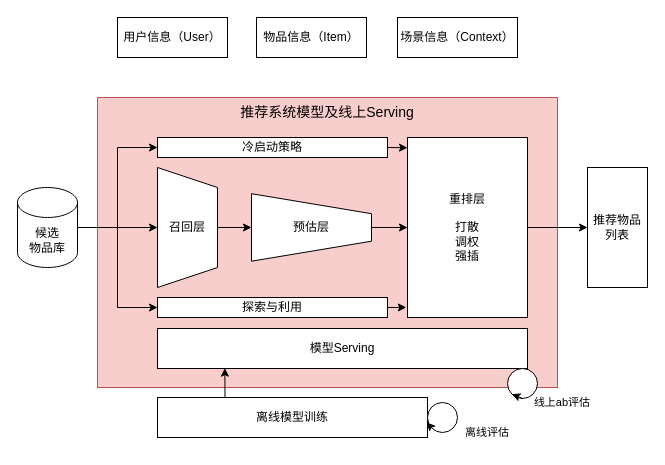
Earlier version of the draw.io diagram page "第 2 页" (2 of 4) of 推荐系统整体架构.drawio (yantao006/draw_io). Source tidied: cells renumbered, new cells numbered last; positions are measured from the earlier drawing's top-left corner, leaving out a move shared by most shapes. Both pictures are drawn from the tidied source at 100%, with x=0, y=0 at pixel (17, 17).
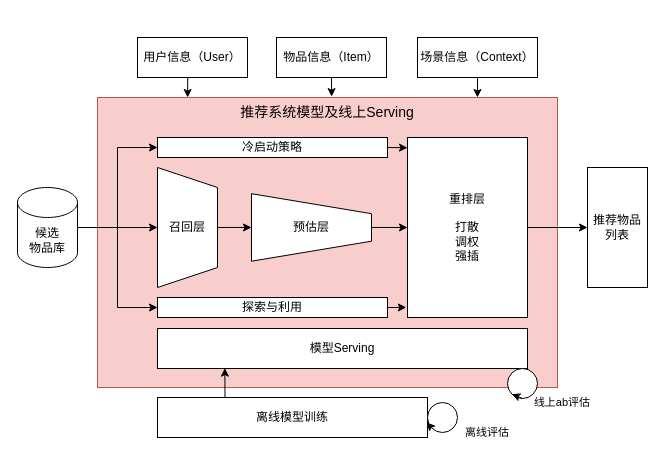
The same diagram, later.

Commit message:
更新推荐系统整体架构.drawio

Unchanged cells that the change refers to:
```xml
<mxCell id="2" value="&lt;font style=&quot;font-size: 14px;&quot;&gt;推荐系统模型及线上Serving&lt;/font&gt;" style="rounded=0;whiteSpace=wrap;html=1;verticalAlign=top;fillColor=#f8cecc;strokeColor=#b85450;" parent="1" vertex="1">
  <mxGeometry x="80" y="80" width="460" height="290" as="geometry" />
</mxCell>
```

Diff of the diagram source:
```diff
@@
+    <mxCell id="30" style="edgeStyle=orthogonalEdgeStyle;rounded=0;jettySize=auto;html=1;exitX=0.5;exitY=1;exitDx=0;exitDy=0;entryX=0.196;entryY=0;entryDx=0;entryDy=0;entryPerimeter=0;" parent="1" edge="1" source="21" target="2">
+      <mxGeometry relative="1" as="geometry" />
+    </mxCell>
     <mxCell id="21" value="用户信息（User）" style="rounded=0;whiteSpace=wrap;html=1;" parent="1" vertex="1">
-      <mxGeometry x="100" width="110" height="40" as="geometry" />
+      <mxGeometry x="120" y="20" width="110" height="40" as="geometry" />
     </mxCell>
+    <mxCell id="31" style="edgeStyle=orthogonalEdgeStyle;rounded=0;jettySize=auto;html=1;exitX=0.5;exitY=1;exitDx=0;exitDy=0;entryX=0.509;entryY=-0.003;entryDx=0;entryDy=0;entryPerimeter=0;" parent="1" edge="1" source="22" target="2">
+      <mxGeometry relative="1" as="geometry" />
+    </mxCell>
     <mxCell id="22" value="物品信息（Item）" style="rounded=0;whiteSpace=wrap;html=1;" parent="1" vertex="1">
-      <mxGeometry x="239" width="110" height="40" as="geometry" />
+      <mxGeometry x="259" y="20" width="110" height="40" as="geometry" />
     </mxCell>
+    <mxCell id="32" style="edgeStyle=orthogonalEdgeStyle;rounded=0;jettySize=auto;html=1;exitX=0.5;exitY=1;exitDx=0;exitDy=0;entryX=0.826;entryY=0;entryDx=0;entryDy=0;entryPerimeter=0;" parent="1" edge="1" source="23" target="2">
+      <mxGeometry relative="1" as="geometry" />
+    </mxCell>
     <mxCell id="23" value="场景信息（Context）" style="rounded=0;whiteSpace=wrap;html=1;" parent="1" vertex="1">
-      <mxGeometry x="380" width="120" height="40" as="geometry" />
+      <mxGeometry x="400" y="20" width="120" height="40" as="geometry" />
     </mxCell>
```
